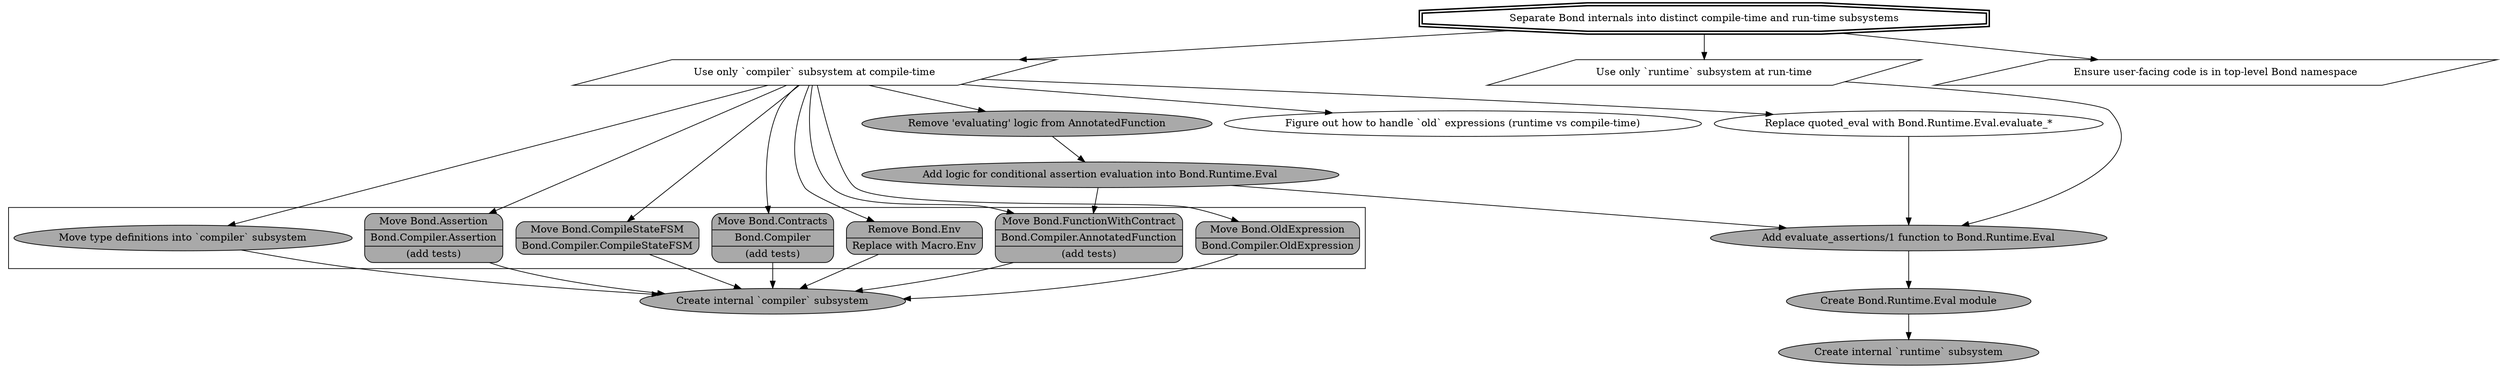
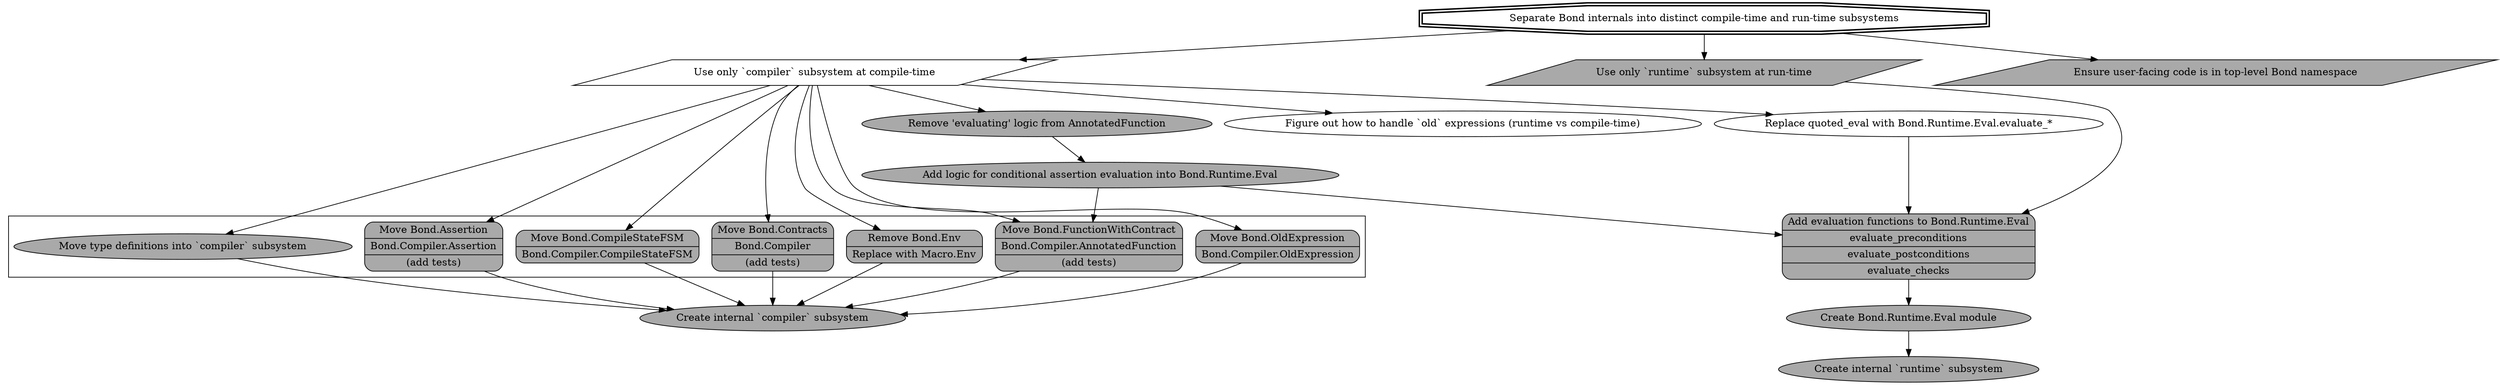
digraph {
  goal [label="Separate Bond internals into distinct compile-time and run-time subsystems", style=bold, shape=doubleoctagon]
  compiler_subsystem [label="Create internal `compiler` subsystem", fillcolor=darkgrey, style=filled]
  runtime_subsystem [label="Create internal `runtime` subsystem", fillcolor=darkgrey, style=filled]

  compile_time [label="Use only `compiler` subsystem at compile-time", shape=parallelogram]
-   run_time [label="Use only `runtime` subsystem at run-time", shape=parallelogram]
-   user_code [label="Ensure user-facing code is in top-level Bond namespace", shape=parallelogram]
+   run_time [label="Use only `runtime` subsystem at run-time", shape=parallelogram, fillcolor=darkgrey, style=filled]
+   user_code [label="Ensure user-facing code is in top-level Bond namespace", shape=parallelogram, fillcolor=darkgrey, style=filled]

  subgraph cluster_move_compiler_defs {
    move_type_defs [label="Move type definitions into `compiler` subsystem", fillcolor=darkgrey, style=filled]
    move_assertion [shape=Mrecord, label="{Move Bond.Assertion|Bond.Compiler.Assertion|(add tests)}", fillcolor=darkgrey, style=filled]
    move_compiler_fsm [shape=Mrecord, label="{Move Bond.CompileStateFSM|Bond.Compiler.CompileStateFSM}", fillcolor=darkgrey, style=filled]
    move_contracts [shape=Mrecord, label="{Move Bond.Contracts|Bond.Compiler|(add tests)}", fillcolor=darkgrey, style=filled]
    remove_env [shape=Mrecord, label="{Remove Bond.Env|Replace with Macro.Env}", fillcolor=darkgrey, style=filled]
    move_function_with_contract [shape=Mrecord, label="{Move Bond.FunctionWithContract|Bond.Compiler.AnnotatedFunction|(add tests)}", fillcolor=darkgrey, style=filled]
    move_old_expression [shape=Mrecord, label="{Move Bond.OldExpression|Bond.Compiler.OldExpression}", fillcolor=darkgrey, style=filled]
  }

  remove_evaluating_logic [label="Remove 'evaluating' logic from AnnotatedFunction", fillcolor=darkgrey style=filled]
  // annotated_function_multi_clause [label="AnnotatedFunction represents all clauses of a function"]

  create_bond_eval [label="Create Bond.Runtime.Eval module", fillcolor=darkgrey, style=filled]
-   add_eval_functions_to_bond_eval [label="Add evaluate_assertions/1 function to Bond.Runtime.Eval", fillcolor=darkgrey style=filled]
+   add_eval_functions_to_bond_eval [shape=Mrecord, label="{Add evaluation functions to Bond.Runtime.Eval|evaluate_preconditions|evaluate_postconditions|evaluate_checks}", fillcolor=darkgrey, style=filled]
  handle_old_expressions [label="Figure out how to handle `old` expressions (runtime vs compile-time)"]
  replace_quoted_eval [label="Replace quoted_eval with Bond.Runtime.Eval.evaluate_*"]
  add_evaluating_logic [label="Add logic for conditional assertion evaluation into Bond.Runtime.Eval", fillcolor=darkgrey style=filled]

  goal -> compile_time -> {move_assertion move_compiler_fsm move_contracts remove_env move_function_with_contract move_old_expression move_type_defs} -> compiler_subsystem
  compile_time -> remove_evaluating_logic -> add_evaluating_logic -> {move_function_with_contract add_eval_functions_to_bond_eval}
  compile_time -> {replace_quoted_eval handle_old_expressions}
  replace_quoted_eval -> add_eval_functions_to_bond_eval
  goal -> run_time -> add_eval_functions_to_bond_eval -> create_bond_eval -> runtime_subsystem
  goal -> user_code
}
